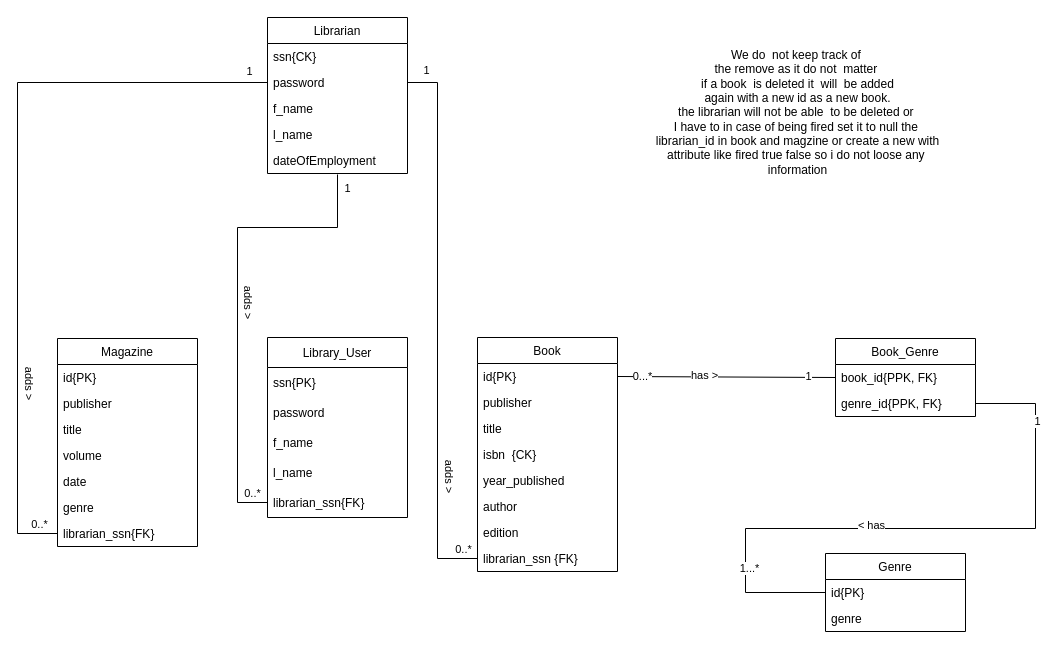
The draw.io diagram Database/Globarl Relational Diagram 2.drawio in RafaelSanchezCordoba/Semester-Project-Library, before the edit. Source tidied: cells renumbered, new cells numbered last; positions are measured from the earlier drawing's top-left corner, leaving out a move shared by most shapes. Both pictures are drawn from the tidied source at 100%, with x=0, y=0 at pixel (17, 17).
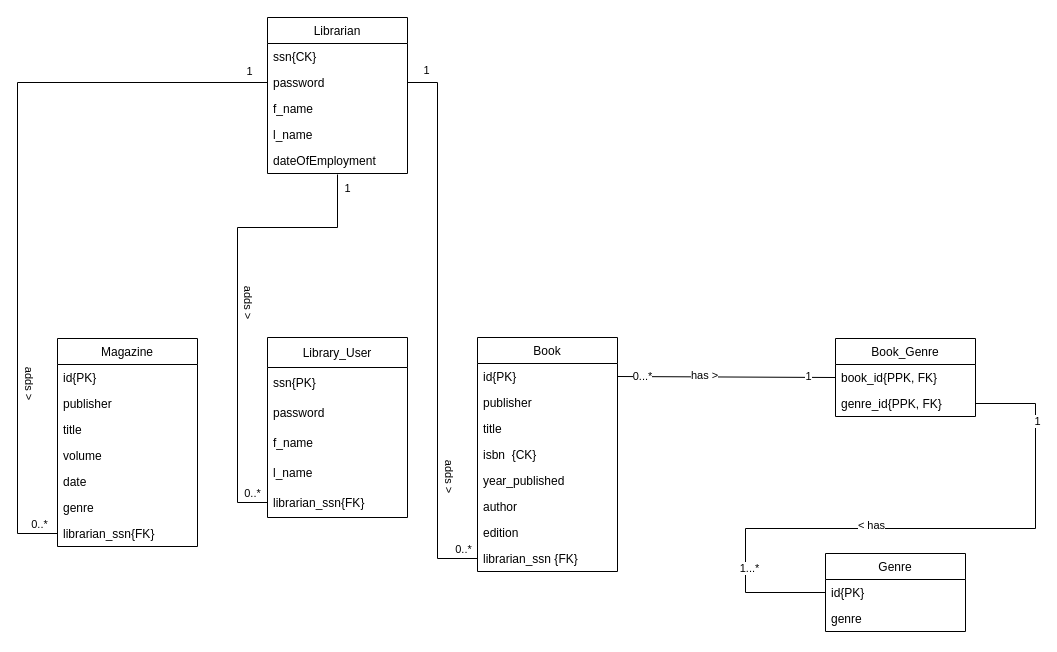
The same page after the edit.

The edit, as a diff of the source:
```diff
@@
-    <mxCell id="36" value="We do&amp;nbsp; not keep track of&amp;nbsp;&lt;br&gt;the remove as it do not&amp;nbsp; matter&amp;nbsp;&lt;br&gt;if a book&amp;nbsp; is deleted it&amp;nbsp; will&amp;nbsp; be added&lt;br&gt;again with a new id as a new book.&lt;br&gt;the librarian will not be able&amp;nbsp; to be deleted or&amp;nbsp;&lt;br&gt;I have to in case of being fired set it to null the&amp;nbsp;&lt;br&gt;librarian_id in book and magzine or create a new with&lt;br&gt;attribute like fired true false so i do not loose any&amp;nbsp;&lt;br&gt;information" style="text;html=1;align=center;verticalAlign=middle;strokeColor=none;fillColor=none;" parent="1" vertex="1">
-      <mxGeometry x="630" y="30" width="300" height="130" as="geometry" />
-    </mxCell>
```
